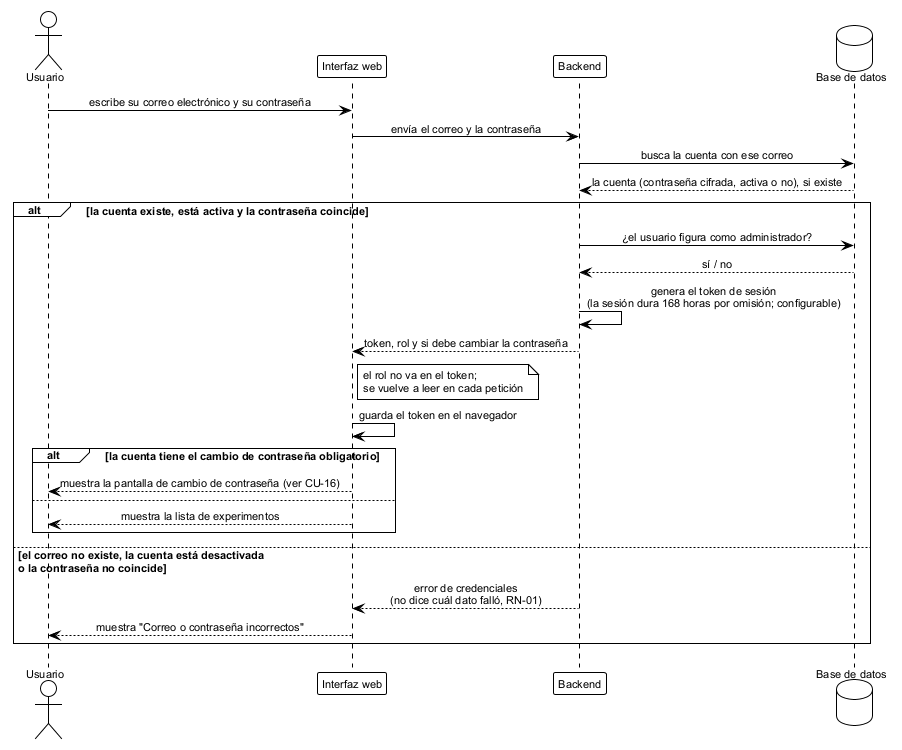
This is figures/diagramas/seq_login.png from ErickJester/fst-ai-system-latex, a PlantUML export, as it was before one commit. Source of this version:
```plantuml
@startuml seq_login

!theme plain
skinparam defaultFontName Arial
skinparam defaultFontSize 11
skinparam shadowing false
skinparam sequenceMessageAlign center

actor Usuario as u
participant "Interfaz web" as ui
participant Backend as api
database "Base de datos" as db

u -> ui: escribe su correo electrónico y su contraseña
ui -> api: envía el correo y la contraseña
api -> db: busca la cuenta con ese correo
db --> api: la cuenta (contraseña cifrada, activa o no), si existe

alt la cuenta existe, está activa y la contraseña coincide
  api -> db: ¿el usuario figura como administrador?
  db --> api: sí / no
  api -> api: genera el token de sesión\n(la sesión dura 168 horas por omisión; configurable)
  api --> ui: token, rol y si debe cambiar la contraseña
  note right of ui
    el rol no va en el token;
    se vuelve a leer en cada petición
  end note
  ui -> ui: guarda el token en el navegador
  alt la cuenta tiene el cambio de contraseña obligatorio
    ui --> u: muestra la pantalla de cambio de contraseña (ver CU-16)
  else
    ui --> u: muestra la lista de experimentos
  end
else el correo no existe, la cuenta está desactivada\no la contraseña no coincide
  api --> ui: error de credenciales\n(no dice cuál dato falló, RN-01)
  ui --> u: muestra "Correo o contraseña incorrectos"
end
@enduml
```
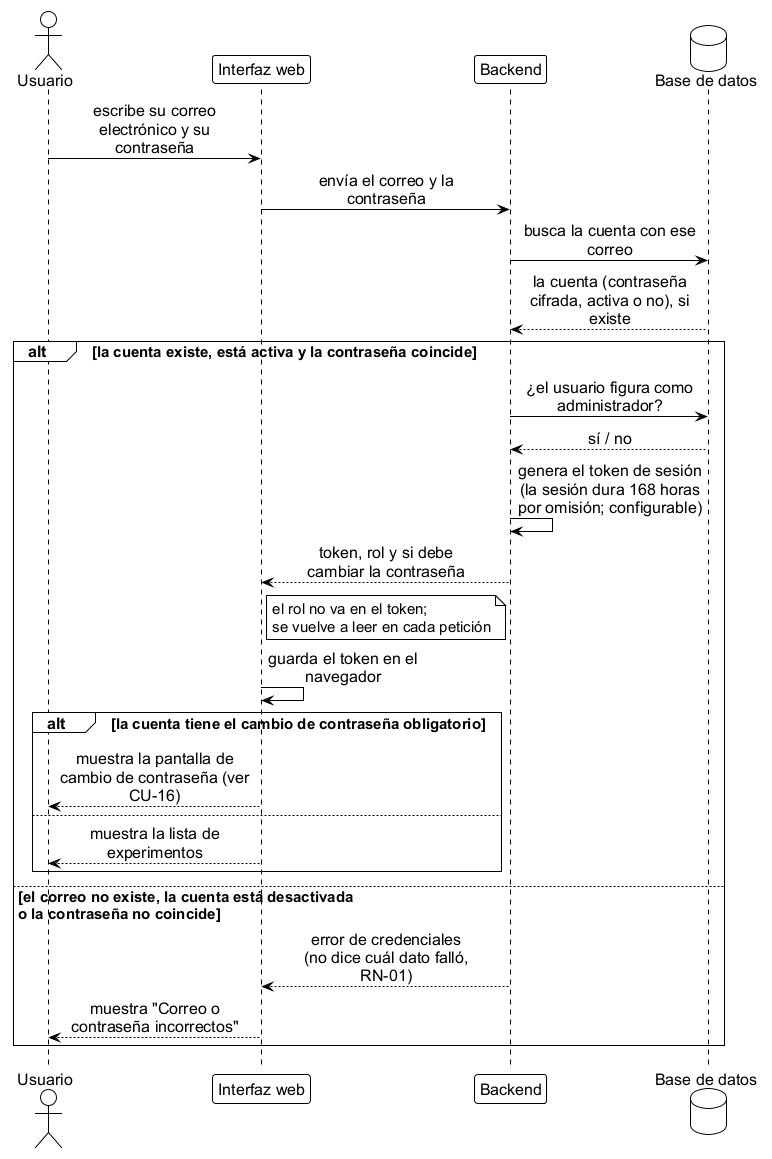
The same diagram one commit later.

What changed in the source:
```diff
@@ -1,38 +1,34 @@
 @startuml seq_login
 
-!theme plain
-skinparam defaultFontName Arial
-skinparam defaultFontSize 11
-skinparam shadowing false
-skinparam sequenceMessageAlign center
+!include estilo_doc.iuml
 
 actor Usuario as u
 participant "Interfaz web" as ui
 participant Backend as api
 database "Base de datos" as db
 
-u -> ui: escribe su correo electrónico y su contraseña
-ui -> api: envía el correo y la contraseña
-api -> db: busca la cuenta con ese correo
-db --> api: la cuenta (contraseña cifrada, activa o no), si existe
+u -> ui: escribe su correo\nelectrónico y su\ncontraseña
+ui -> api: envía el correo y la\ncontraseña
+api -> db: busca la cuenta con ese\ncorreo
+db --> api: la cuenta (contraseña\ncifrada, activa o no), si\nexiste
 
 alt la cuenta existe, está activa y la contraseña coincide
-  api -> db: ¿el usuario figura como administrador?
+  api -> db: ¿el usuario figura como\nadministrador?
   db --> api: sí / no
-  api -> api: genera el token de sesión\n(la sesión dura 168 horas por omisión; configurable)
-  api --> ui: token, rol y si debe cambiar la contraseña
+  api -> api: genera el token de sesión\n(la sesión dura 168 horas\npor omisión; configurable)
+  api --> ui: token, rol y si debe\ncambiar la contraseña
   note right of ui
     el rol no va en el token;
     se vuelve a leer en cada petición
   end note
-  ui -> ui: guarda el token en el navegador
+  ui -> ui: guarda el token en el\nnavegador
   alt la cuenta tiene el cambio de contraseña obligatorio
-    ui --> u: muestra la pantalla de cambio de contraseña (ver CU-16)
+    ui --> u: muestra la pantalla de\ncambio de contraseña (ver\nCU-16)
   else
-    ui --> u: muestra la lista de experimentos
+    ui --> u: muestra la lista de\nexperimentos
   end
 else el correo no existe, la cuenta está desactivada\no la contraseña no coincide
-  api --> ui: error de credenciales\n(no dice cuál dato falló, RN-01)
-  ui --> u: muestra "Correo o contraseña incorrectos"
+  api --> ui: error de credenciales\n(no dice cuál dato falló,\nRN-01)
+  ui --> u: muestra "Correo o\ncontraseña incorrectos"
 end
 @enduml
```
